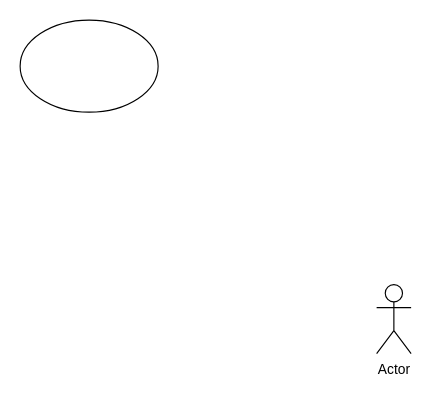
Earlier version of the draw.io diagram UML/Untitled Diagram.drawio (AlexisDai/fil_rouge). Source tidied: cells renumbered, new cells numbered last; positions are measured from the earlier drawing's top-left corner, leaving out a move shared by most shapes. Both pictures are drawn from the tidied source at 115%, with x=0, y=0 at pixel (20, 20).
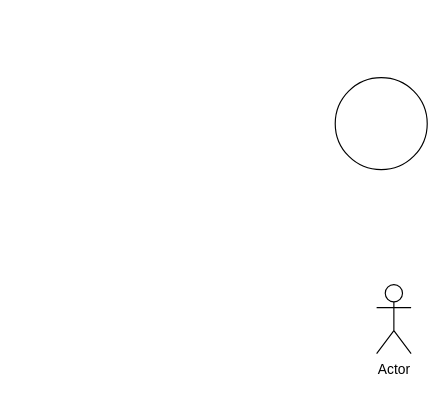
The same page after the edit.

What changed in the source:
```diff
@@
 <mxGraphModel>
   <root>
     <mxCell id="0" />
     <mxCell id="1" parent="0" />
     <mxCell id="2" value="Actor" style="shape=umlActor;verticalLabelPosition=bottom;verticalAlign=top;html=1;" parent="1" vertex="1">
       <mxGeometry x="310" y="230" width="30" height="60" as="geometry" />
     </mxCell>
-    <mxCell id="3" style="ellipse;whiteSpace=wrap;html=1;" parent="1" vertex="1">
-      <mxGeometry width="120" height="80" as="geometry" />
-    </mxCell>
+    <mxCell id="4" style="ellipse;whiteSpace=wrap;html=1;" parent="1" vertex="1">
+      <mxGeometry x="274" y="50" width="80" height="80" as="geometry" />
+    </mxCell>
   </root>
 </mxGraphModel>
```
